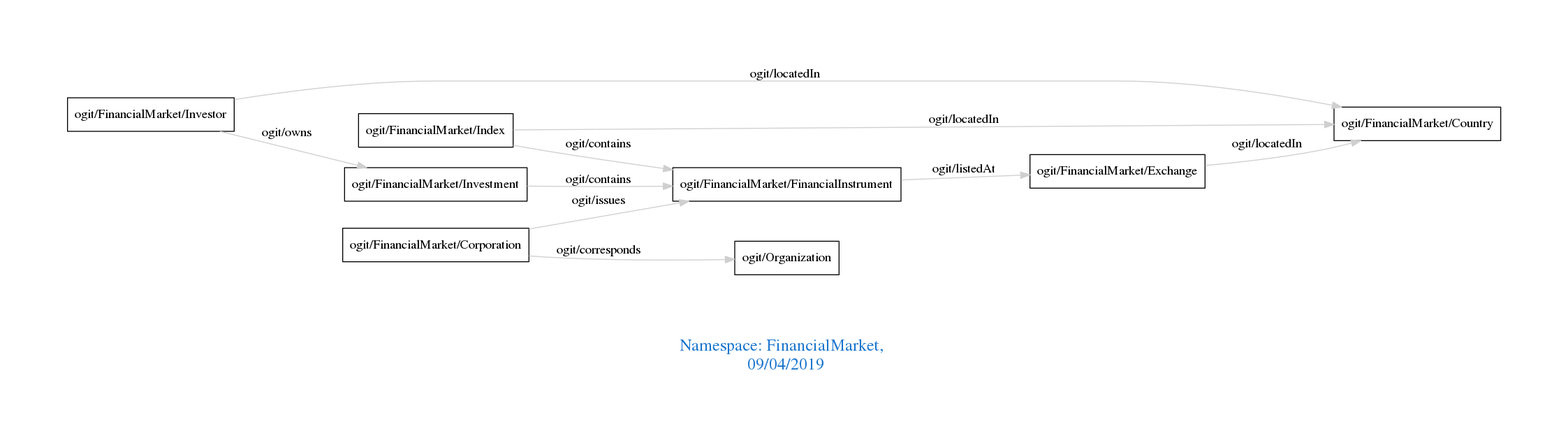
Before: downloads/FinancialMarket.png, a diagram exported from Graphviz (arago/OGIT). Its source is kept beside it as downloads/FinancialMarket.dot.
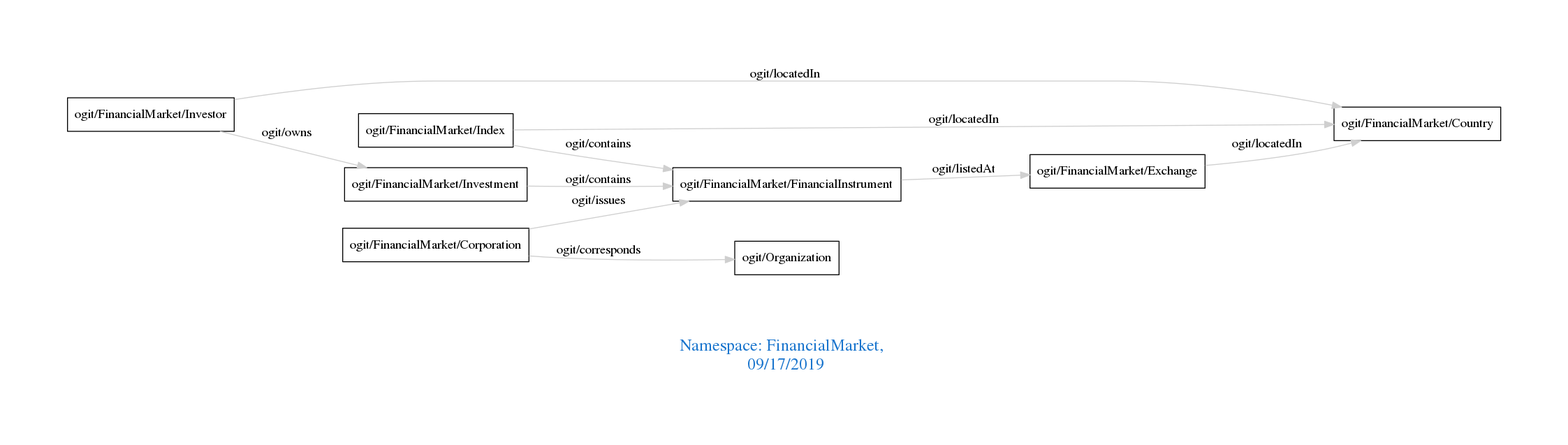
After the commit.

Diff of the diagram source:
```diff
@@ -1,7 +1,7 @@
 digraph OGIT_ontology {
  graph [ rankdir= LR,pad=1
 fontsize = 18,
-fontcolor= dodgerblue3,label = "\n\n\nNamespace: FinancialMarket, \n 09/04/2019"];
+fontcolor= dodgerblue3,label = "\n\n\nNamespace: FinancialMarket, \n 09/17/2019"];
 node[shape=polygon];
 edge [  color="gray81"];
 
```
